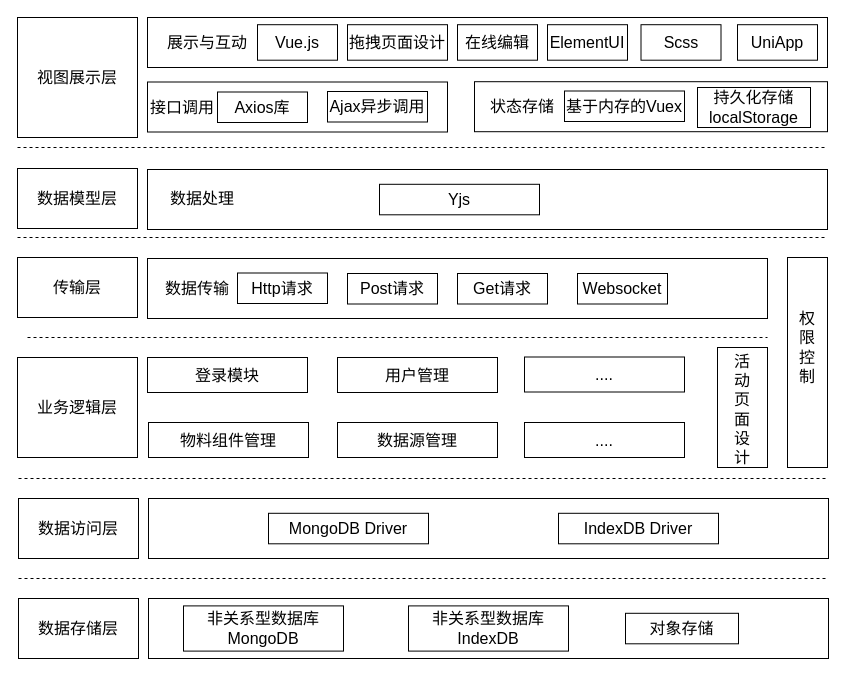
Before: 第四章/系统架构设计.drawio in yuxinyu12345/diagrams, a draw.io diagram. Source tidied: cells renumbered, new cells numbered last; positions are measured from the earlier drawing's top-left corner, leaving out a move shared by most shapes. Both pictures are drawn from the tidied source at 100%, with x=0, y=0 at pixel (17, 17).
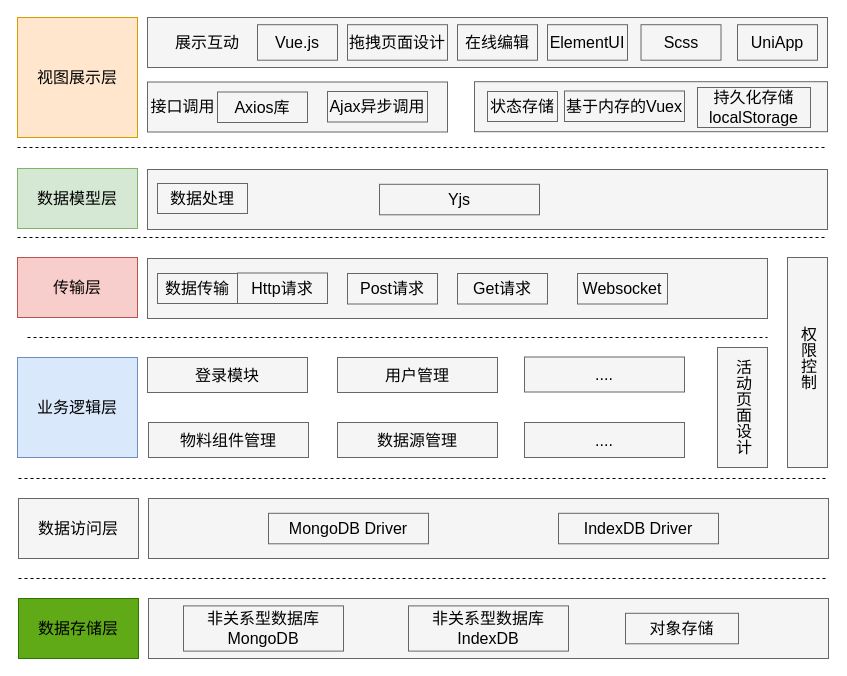
After the change.

Commit message:
更新系统架构设计.drawio

The edit, as a diff of the source:
```diff
@@
-    <mxCell id="2" value="视图展示层" style="rounded=0;whiteSpace=wrap;html=1;fontSize=16;" parent="1" vertex="1">
+    <mxCell id="2" value="视图展示层" style="rounded=0;whiteSpace=wrap;html=1;fontSize=16;fillColor=#ffe6cc;strokeColor=#d79b00;fontColor=default;" parent="1" vertex="1">
       <mxGeometry width="120" height="120" as="geometry" />
     </mxCell>
-    <mxCell id="3" value="&lt;p style=&quot;margin: 0pt 0pt 0.0001pt; text-align: justify; font-family: &amp;quot;Times New Roman&amp;quot;; font-size: 16px;&quot; class=&quot;MsoNormal&quot;&gt;传输层&lt;/p&gt;" style="rounded=0;whiteSpace=wrap;html=1;fontSize=16;" parent="1" vertex="1">
+    <mxCell id="3" value="&lt;p class=&quot;MsoNormal&quot; style=&quot;margin: 0pt 0pt 0.0001pt; text-align: justify; font-family: &amp;quot;Times New Roman&amp;quot;; font-size: 16px;&quot;&gt;传输层&lt;/p&gt;" style="rounded=0;whiteSpace=wrap;html=1;fontSize=16;fillColor=#f8cecc;strokeColor=#b85450;fontColor=default;" parent="1" vertex="1">
       <mxGeometry y="240" width="120" height="60" as="geometry" />
     </mxCell>
-    <mxCell id="4" value="&lt;p style=&quot;margin: 0pt 0pt 0.0001pt; text-align: justify; font-family: &amp;quot;Times New Roman&amp;quot;; font-size: 16px;&quot; class=&quot;MsoNormal&quot;&gt;业务逻辑层&lt;/p&gt;" style="rounded=0;whiteSpace=wrap;html=1;fontSize=16;" parent="1" vertex="1">
+    <mxCell id="4" value="&lt;p class=&quot;MsoNormal&quot; style=&quot;margin: 0pt 0pt 0.0001pt; text-align: justify; font-family: &amp;quot;Times New Roman&amp;quot;; font-size: 16px;&quot;&gt;业务逻辑层&lt;/p&gt;" style="rounded=0;whiteSpace=wrap;html=1;fontSize=16;fillColor=#dae8fc;strokeColor=#6c8ebf;fontColor=default;" parent="1" vertex="1">
       <mxGeometry y="340" width="120" height="100" as="geometry" />
     </mxCell>
-    <mxCell id="5" value="&lt;p style=&quot;margin: 0pt 0pt 0.0001pt; text-align: justify; font-family: &amp;quot;Times New Roman&amp;quot;; font-size: 16px;&quot; class=&quot;MsoNormal&quot;&gt;数据访问层&lt;/p&gt;" style="rounded=0;whiteSpace=wrap;html=1;fontSize=16;" parent="1" vertex="1">
+    <mxCell id="5" value="&lt;p class=&quot;MsoNormal&quot; style=&quot;margin: 0pt 0pt 0.0001pt; text-align: justify; font-family: &amp;quot;Times New Roman&amp;quot;; font-size: 16px;&quot;&gt;数据访问层&lt;/p&gt;" style="rounded=0;whiteSpace=wrap;html=1;fontSize=16;fillColor=#f5f5f5;fontColor=default;strokeColor=#666666;" parent="1" vertex="1">
       <mxGeometry x="1" y="481" width="120" height="60" as="geometry" />
     </mxCell>
-    <mxCell id="6" value="&lt;p style=&quot;margin: 0pt 0pt 0.0001pt; text-align: justify; font-family: &amp;quot;Times New Roman&amp;quot;; font-size: 16px;&quot; class=&quot;MsoNormal&quot;&gt;数据存储层&lt;/p&gt;" style="rounded=0;whiteSpace=wrap;html=1;fontSize=16;" parent="1" vertex="1">
+    <mxCell id="6" value="&lt;p class=&quot;MsoNormal&quot; style=&quot;margin: 0pt 0pt 0.0001pt; text-align: justify; font-family: &amp;quot;Times New Roman&amp;quot;; font-size: 16px;&quot;&gt;数据存储层&lt;/p&gt;" style="rounded=0;whiteSpace=wrap;html=1;fontSize=16;fillColor=#60a917;fontColor=default;strokeColor=#2D7600;" parent="1" vertex="1">
       <mxGeometry x="1" y="581" width="120" height="60" as="geometry" />
     </mxCell>
-    <mxCell id="7" value="&lt;p style=&quot;margin: 0pt 0pt 0.0001pt; text-align: justify; font-family: &amp;quot;Times New Roman&amp;quot;; font-size: 16px;&quot; class=&quot;MsoNormal&quot;&gt;数据模型层&lt;/p&gt;" style="rounded=0;whiteSpace=wrap;html=1;fontSize=16;" parent="1" vertex="1">
+    <mxCell id="7" value="&lt;p class=&quot;MsoNormal&quot; style=&quot;margin: 0pt 0pt 0.0001pt; text-align: justify; font-family: &amp;quot;Times New Roman&amp;quot;; font-size: 16px;&quot;&gt;数据模型层&lt;/p&gt;" style="rounded=0;whiteSpace=wrap;html=1;fontSize=16;fillColor=#d5e8d4;strokeColor=#82b366;fontColor=default;" parent="1" vertex="1">
       <mxGeometry y="151" width="120" height="60" as="geometry" />
     </mxCell>
-    <mxCell id="8" style="rounded=0;whiteSpace=wrap;html=1;fontSize=16;" parent="1" vertex="1">
+    <mxCell id="8" style="rounded=0;whiteSpace=wrap;html=1;fontSize=16;fillColor=#f5f5f5;fontColor=default;strokeColor=#666666;" parent="1" vertex="1">
       <mxGeometry x="130" y="64.5" width="300" height="50" as="geometry" />
     </mxCell>
-    <mxCell id="9" value="接口调用" style="text;html=1;strokeColor=none;fillColor=none;align=center;verticalAlign=middle;whiteSpace=wrap;rounded=0;fontSize=16;" parent="1" vertex="1">
-      <mxGeometry x="130" y="74.5" width="70" height="30" as="geometry" />
-    </mxCell>
-    <mxCell id="10" value="Axios库" style="rounded=0;whiteSpace=wrap;html=1;fontSize=16;" parent="1" vertex="1">
+    <mxCell id="10" value="Axios库" style="rounded=0;whiteSpace=wrap;html=1;fontSize=16;fillColor=#f5f5f5;fontColor=default;strokeColor=#666666;" parent="1" vertex="1">
       <mxGeometry x="200" y="74.5" width="90" height="30.5" as="geometry" />
     </mxCell>
-    <mxCell id="11" value="Ajax异步调用" style="rounded=0;whiteSpace=wrap;html=1;fontSize=16;" parent="1" vertex="1">
+    <mxCell id="11" value="Ajax异步调用" style="rounded=0;whiteSpace=wrap;html=1;fontSize=16;fillColor=#f5f5f5;fontColor=default;strokeColor=#666666;" parent="1" vertex="1">
       <mxGeometry x="310" y="74" width="100" height="30.5" as="geometry" />
     </mxCell>
-    <mxCell id="12" style="rounded=0;whiteSpace=wrap;html=1;fontSize=16;" parent="1" vertex="1">
+    <mxCell id="12" style="rounded=0;whiteSpace=wrap;html=1;fontSize=16;fillColor=#f5f5f5;fontColor=default;strokeColor=#666666;" parent="1" vertex="1">
       <mxGeometry x="457" y="64.2" width="353" height="50" as="geometry" />
     </mxCell>
-    <mxCell id="13" value="状态存储" style="text;html=1;strokeColor=none;fillColor=none;align=center;verticalAlign=middle;whiteSpace=wrap;rounded=0;fontSize=16;" parent="1" vertex="1">
+    <mxCell id="13" value="状态存储" style="text;html=1;strokeColor=#666666;fillColor=#f5f5f5;align=center;verticalAlign=middle;whiteSpace=wrap;rounded=0;fontSize=16;fontColor=default;" parent="1" vertex="1">
       <mxGeometry x="470" y="74" width="70" height="30" as="geometry" />
     </mxCell>
-    <mxCell id="14" value="基于内存的Vuex" style="rounded=0;whiteSpace=wrap;html=1;fontSize=16;" parent="1" vertex="1">
+    <mxCell id="14" value="基于内存的Vuex" style="rounded=0;whiteSpace=wrap;html=1;fontSize=16;fillColor=#f5f5f5;fontColor=default;strokeColor=#666666;" parent="1" vertex="1">
       <mxGeometry x="547" y="73.5" width="120" height="30.5" as="geometry" />
     </mxCell>
-    <mxCell id="15" value="持久化存储localStorage" style="rounded=0;whiteSpace=wrap;html=1;fontSize=16;" parent="1" vertex="1">
+    <mxCell id="15" value="持久化存储localStorage" style="rounded=0;whiteSpace=wrap;html=1;fontSize=16;fillColor=#f5f5f5;fontColor=default;strokeColor=#666666;" parent="1" vertex="1">
       <mxGeometry x="680" y="70" width="113" height="40" as="geometry" />
     </mxCell>
-    <mxCell id="16" style="rounded=0;whiteSpace=wrap;html=1;fontSize=16;" parent="1" vertex="1">
+    <mxCell id="16" style="rounded=0;whiteSpace=wrap;html=1;fontSize=16;fillColor=#f5f5f5;fontColor=default;strokeColor=#666666;" parent="1" vertex="1">
       <mxGeometry x="130" y="152" width="680" height="60" as="geometry" />
     </mxCell>
-    <mxCell id="17" value="数据处理" style="text;html=1;strokeColor=none;fillColor=none;align=center;verticalAlign=middle;whiteSpace=wrap;rounded=0;fontSize=16;" parent="1" vertex="1">
+    <mxCell id="17" value="数据处理" style="text;html=1;strokeColor=#666666;fillColor=#f5f5f5;align=center;verticalAlign=middle;whiteSpace=wrap;rounded=0;fontSize=16;fontColor=default;" parent="1" vertex="1">
       <mxGeometry x="140" y="166" width="90" height="30" as="geometry" />
     </mxCell>
-    <mxCell id="18" value="Yjs" style="rounded=0;whiteSpace=wrap;html=1;fontSize=16;" parent="1" vertex="1">
+    <mxCell id="18" value="Yjs" style="rounded=0;whiteSpace=wrap;html=1;fontSize=16;fillColor=#f5f5f5;fontColor=default;strokeColor=#666666;" parent="1" vertex="1">
       <mxGeometry x="362" y="166.8" width="160" height="30.5" as="geometry" />
     </mxCell>
-    <mxCell id="19" style="rounded=0;whiteSpace=wrap;html=1;fontSize=16;" parent="1" vertex="1">
+    <mxCell id="19" style="rounded=0;whiteSpace=wrap;html=1;fontSize=16;fillColor=#f5f5f5;fontColor=default;strokeColor=#666666;" parent="1" vertex="1">
       <mxGeometry x="130" y="241" width="620" height="60" as="geometry" />
     </mxCell>
-    <mxCell id="20" value="数据传输" style="text;html=1;strokeColor=none;fillColor=none;align=center;verticalAlign=middle;whiteSpace=wrap;rounded=0;fontSize=16;" parent="1" vertex="1">
+    <mxCell id="20" value="数据传输" style="text;html=1;strokeColor=#666666;fillColor=#f5f5f5;align=center;verticalAlign=middle;whiteSpace=wrap;rounded=0;fontSize=16;fontColor=default;" parent="1" vertex="1">
       <mxGeometry x="140" y="256" width="80" height="30" as="geometry" />
     </mxCell>
-    <mxCell id="21" value="Http请求" style="rounded=0;whiteSpace=wrap;html=1;fontSize=16;" parent="1" vertex="1">
+    <mxCell id="21" value="Http请求" style="rounded=0;whiteSpace=wrap;html=1;fontSize=16;fillColor=#f5f5f5;fontColor=default;strokeColor=#666666;" parent="1" vertex="1">
       <mxGeometry x="220" y="255.5" width="90" height="30.5" as="geometry" />
     </mxCell>
-    <mxCell id="22" value="Post请求" style="rounded=0;whiteSpace=wrap;html=1;fontSize=16;" parent="1" vertex="1">
+    <mxCell id="22" value="Post请求" style="rounded=0;whiteSpace=wrap;html=1;fontSize=16;fillColor=#f5f5f5;fontColor=default;strokeColor=#666666;" parent="1" vertex="1">
       <mxGeometry x="330" y="256" width="90" height="30.5" as="geometry" />
     </mxCell>
-    <mxCell id="23" value="Get请求" style="rounded=0;whiteSpace=wrap;html=1;fontSize=16;" parent="1" vertex="1">
+    <mxCell id="23" value="Get请求" style="rounded=0;whiteSpace=wrap;html=1;fontSize=16;fillColor=#f5f5f5;fontColor=default;strokeColor=#666666;" parent="1" vertex="1">
       <mxGeometry x="440" y="256" width="90" height="30.5" as="geometry" />
     </mxCell>
-    <mxCell id="24" value="Websocket" style="rounded=0;whiteSpace=wrap;html=1;fontSize=16;" parent="1" vertex="1">
+    <mxCell id="24" value="Websocket" style="rounded=0;whiteSpace=wrap;html=1;fontSize=16;fillColor=#f5f5f5;fontColor=default;strokeColor=#666666;" parent="1" vertex="1">
       <mxGeometry x="560" y="256" width="90" height="30.5" as="geometry" />
     </mxCell>
-    <mxCell id="25" value="登录模块" style="rounded=0;whiteSpace=wrap;html=1;fontSize=16;" parent="1" vertex="1">
+    <mxCell id="25" value="登录模块" style="rounded=0;whiteSpace=wrap;html=1;fontSize=16;fillColor=#f5f5f5;fontColor=default;strokeColor=#666666;" parent="1" vertex="1">
       <mxGeometry x="130" y="340" width="160" height="35" as="geometry" />
     </mxCell>
-    <mxCell id="26" value="物料组件管理" style="rounded=0;whiteSpace=wrap;html=1;fontSize=16;" parent="1" vertex="1">
+    <mxCell id="26" value="物料组件管理" style="rounded=0;whiteSpace=wrap;html=1;fontSize=16;fillColor=#f5f5f5;fontColor=default;strokeColor=#666666;" parent="1" vertex="1">
       <mxGeometry x="131" y="405" width="160" height="35" as="geometry" />
     </mxCell>
-    <mxCell id="27" value="用户管理" style="rounded=0;whiteSpace=wrap;html=1;fontSize=16;" parent="1" vertex="1">
+    <mxCell id="27" value="用户管理" style="rounded=0;whiteSpace=wrap;html=1;fontSize=16;fillColor=#f5f5f5;fontColor=default;strokeColor=#666666;" parent="1" vertex="1">
       <mxGeometry x="320" y="340" width="160" height="35" as="geometry" />
     </mxCell>
-    <mxCell id="28" value="数据源管理" style="rounded=0;whiteSpace=wrap;html=1;fontSize=16;" parent="1" vertex="1">
+    <mxCell id="28" value="数据源管理" style="rounded=0;whiteSpace=wrap;html=1;fontSize=16;fillColor=#f5f5f5;fontColor=default;strokeColor=#666666;" parent="1" vertex="1">
       <mxGeometry x="320" y="405" width="160" height="35" as="geometry" />
     </mxCell>
-    <mxCell id="29" value="...." style="rounded=0;whiteSpace=wrap;html=1;fontSize=16;" parent="1" vertex="1">
+    <mxCell id="29" value="...." style="rounded=0;whiteSpace=wrap;html=1;fontSize=16;fillColor=#f5f5f5;fontColor=default;strokeColor=#666666;" parent="1" vertex="1">
       <mxGeometry x="507" y="339.5" width="160" height="35" as="geometry" />
     </mxCell>
-    <mxCell id="30" value="...." style="rounded=0;whiteSpace=wrap;html=1;fontSize=16;" parent="1" vertex="1">
+    <mxCell id="30" value="...." style="rounded=0;whiteSpace=wrap;html=1;fontSize=16;fillColor=#f5f5f5;fontColor=default;strokeColor=#666666;" parent="1" vertex="1">
       <mxGeometry x="507" y="405" width="160" height="35" as="geometry" />
     </mxCell>
-    <mxCell id="31" style="rounded=0;whiteSpace=wrap;html=1;fontSize=16;" parent="1" vertex="1">
+    <mxCell id="31" style="rounded=0;whiteSpace=wrap;html=1;fontSize=16;fillColor=#f5f5f5;fontColor=default;strokeColor=#666666;" parent="1" vertex="1">
       <mxGeometry x="700" y="330" width="50" height="120" as="geometry" />
     </mxCell>
-    <mxCell id="32" value="活动页面设计" style="text;html=1;strokeColor=none;fillColor=none;align=center;verticalAlign=middle;whiteSpace=wrap;rounded=0;fontSize=16;" parent="1" vertex="1">
-      <mxGeometry x="720" y="374.5" width="10" height="35" as="geometry" />
-    </mxCell>
-    <mxCell id="33" style="rounded=0;whiteSpace=wrap;html=1;fontSize=16;" parent="1" vertex="1">
+    <mxCell id="33" style="rounded=0;whiteSpace=wrap;html=1;fontSize=16;fillColor=#f5f5f5;fontColor=default;strokeColor=#666666;" parent="1" vertex="1">
       <mxGeometry x="770" y="240" width="40" height="210" as="geometry" />
     </mxCell>
-    <mxCell id="34" value="权限控制" style="text;html=1;strokeColor=none;fillColor=none;align=center;verticalAlign=middle;whiteSpace=wrap;rounded=0;fontSize=16;" parent="1" vertex="1">
-      <mxGeometry x="785" y="312.5" width="10" height="35" as="geometry" />
-    </mxCell>
-    <mxCell id="35" style="rounded=0;whiteSpace=wrap;html=1;fontSize=16;" parent="1" vertex="1">
+    <mxCell id="35" style="rounded=0;whiteSpace=wrap;html=1;fontSize=16;fillColor=#f5f5f5;fontColor=default;strokeColor=#666666;" parent="1" vertex="1">
       <mxGeometry x="131" y="481" width="680" height="60" as="geometry" />
     </mxCell>
-    <mxCell id="36" value="MongoDB Driver" style="rounded=0;whiteSpace=wrap;html=1;fontSize=16;" parent="1" vertex="1">
+    <mxCell id="36" value="MongoDB Driver" style="rounded=0;whiteSpace=wrap;html=1;fontSize=16;fillColor=#f5f5f5;fontColor=default;strokeColor=#666666;" parent="1" vertex="1">
       <mxGeometry x="251" y="495.8" width="160" height="30.5" as="geometry" />
     </mxCell>
-    <mxCell id="37" value="IndexDB Driver" style="rounded=0;whiteSpace=wrap;html=1;fontSize=16;" parent="1" vertex="1">
+    <mxCell id="37" value="IndexDB Driver" style="rounded=0;whiteSpace=wrap;html=1;fontSize=16;fillColor=#f5f5f5;fontColor=default;strokeColor=#666666;" parent="1" vertex="1">
       <mxGeometry x="541" y="495.8" width="160" height="30.5" as="geometry" />
     </mxCell>
-    <mxCell id="38" style="rounded=0;whiteSpace=wrap;html=1;fontSize=16;" parent="1" vertex="1">
+    <mxCell id="38" style="rounded=0;whiteSpace=wrap;html=1;fontSize=16;fillColor=#f5f5f5;fontColor=default;strokeColor=#666666;" parent="1" vertex="1">
       <mxGeometry x="131" y="581" width="680" height="60" as="geometry" />
     </mxCell>
-    <mxCell id="39" value="非关系型数据库MongoDB" style="rounded=0;whiteSpace=wrap;html=1;fontSize=16;" parent="1" vertex="1">
+    <mxCell id="39" value="非关系型数据库MongoDB" style="rounded=0;whiteSpace=wrap;html=1;fontSize=16;fillColor=#f5f5f5;fontColor=default;strokeColor=#666666;" parent="1" vertex="1">
       <mxGeometry x="166" y="588.4" width="160" height="45.2" as="geometry" />
     </mxCell>
-    <mxCell id="40" value="非关系型数据库IndexDB" style="rounded=0;whiteSpace=wrap;html=1;fontSize=16;" parent="1" vertex="1">
+    <mxCell id="40" value="非关系型数据库IndexDB" style="rounded=0;whiteSpace=wrap;html=1;fontSize=16;fillColor=#f5f5f5;fontColor=default;strokeColor=#666666;" parent="1" vertex="1">
       <mxGeometry x="391" y="588.4" width="160" height="45.2" as="geometry" />
     </mxCell>
-    <mxCell id="41" value="对象存储" style="rounded=0;whiteSpace=wrap;html=1;fontSize=16;" parent="1" vertex="1">
+    <mxCell id="41" value="对象存储" style="rounded=0;whiteSpace=wrap;html=1;fontSize=16;fillColor=#f5f5f5;fontColor=default;strokeColor=#666666;" parent="1" vertex="1">
       <mxGeometry x="608" y="595.8" width="113" height="30.5" as="geometry" />
     </mxCell>
-    <mxCell id="42" style="endArrow=none;dashed=1;html=1;rounded=0;fontSize=16;" parent="1" edge="1">
+    <mxCell id="42" style="endArrow=none;dashed=1;html=1;rounded=0;fontSize=16;fontColor=default;" parent="1" edge="1">
       <mxGeometry relative="1" as="geometry">
         <mxPoint y="130" as="sourcePoint" />
         <mxPoint x="810" y="130" as="targetPoint" />
       </mxGeometry>
     </mxCell>
-    <mxCell id="43" style="endArrow=none;dashed=1;html=1;rounded=0;fontSize=16;" parent="1" edge="1">
+    <mxCell id="43" style="endArrow=none;dashed=1;html=1;rounded=0;fontSize=16;fontColor=default;" parent="1" edge="1">
       <mxGeometry relative="1" as="geometry">
         <mxPoint y="220" as="sourcePoint" />
         <mxPoint x="810" y="220" as="targetPoint" />
       </mxGeometry>
     </mxCell>
-    <mxCell id="44" style="endArrow=none;dashed=1;html=1;rounded=0;fontSize=16;" parent="1" edge="1">
+    <mxCell id="44" style="endArrow=none;dashed=1;html=1;rounded=0;fontSize=16;fontColor=default;" parent="1" edge="1">
       <mxGeometry relative="1" as="geometry">
         <mxPoint x="10" y="320" as="sourcePoint" />
         <mxPoint x="750" y="320" as="targetPoint" />
       </mxGeometry>
     </mxCell>
-    <mxCell id="45" style="endArrow=none;dashed=1;html=1;rounded=0;fontSize=16;" parent="1" edge="1">
+    <mxCell id="45" style="endArrow=none;dashed=1;html=1;rounded=0;fontSize=16;fontColor=default;" parent="1" edge="1">
       <mxGeometry relative="1" as="geometry">
         <mxPoint x="1" y="561" as="sourcePoint" />
         <mxPoint x="811" y="561" as="targetPoint" />
       </mxGeometry>
     </mxCell>
-    <mxCell id="46" style="endArrow=none;dashed=1;html=1;rounded=0;fontSize=16;" parent="1" edge="1">
+    <mxCell id="46" style="endArrow=none;dashed=1;html=1;rounded=0;fontSize=16;fontColor=default;" parent="1" edge="1">
       <mxGeometry relative="1" as="geometry">
         <mxPoint x="1" y="461" as="sourcePoint" />
         <mxPoint x="811" y="461" as="targetPoint" />
       </mxGeometry>
     </mxCell>
-    <mxCell id="47" style="rounded=0;whiteSpace=wrap;html=1;" parent="1" vertex="1">
+    <mxCell id="47" style="rounded=0;whiteSpace=wrap;html=1;fillColor=#f5f5f5;fontColor=default;strokeColor=#666666;" parent="1" vertex="1">
       <mxGeometry x="130" width="680" height="50" as="geometry" />
     </mxCell>
-    <mxCell id="48" value="&lt;font style=&quot;font-size: 16px;&quot;&gt;展示与互动&lt;/font&gt;" style="text;html=1;align=center;verticalAlign=middle;whiteSpace=wrap;rounded=0;" parent="1" vertex="1">
-      <mxGeometry x="140" y="10" width="100" height="30" as="geometry" />
-    </mxCell>
-    <mxCell id="49" value="Vue.js" style="rounded=0;whiteSpace=wrap;html=1;fontSize=16;" parent="1" vertex="1">
+    <mxCell id="49" value="Vue.js" style="rounded=0;whiteSpace=wrap;html=1;fontSize=16;fillColor=#f5f5f5;fontColor=default;strokeColor=#666666;" parent="1" vertex="1">
       <mxGeometry x="240" y="7.2" width="80" height="35.5" as="geometry" />
     </mxCell>
-    <mxCell id="50" value="拖拽页面设计" style="rounded=0;whiteSpace=wrap;html=1;fontSize=16;" parent="1" vertex="1">
+    <mxCell id="50" value="拖拽页面设计" style="rounded=0;whiteSpace=wrap;html=1;fontSize=16;fillColor=#f5f5f5;fontColor=default;strokeColor=#666666;" parent="1" vertex="1">
       <mxGeometry x="330" y="7.2" width="100" height="35.5" as="geometry" />
     </mxCell>
-    <mxCell id="51" value="在线编辑" style="rounded=0;whiteSpace=wrap;html=1;fontSize=16;" parent="1" vertex="1">
+    <mxCell id="51" value="在线编辑" style="rounded=0;whiteSpace=wrap;html=1;fontSize=16;fillColor=#f5f5f5;fontColor=default;strokeColor=#666666;" parent="1" vertex="1">
       <mxGeometry x="440" y="7.2" width="80" height="35.5" as="geometry" />
     </mxCell>
-    <mxCell id="52" value="ElementUI" style="rounded=0;whiteSpace=wrap;html=1;fontSize=16;" parent="1" vertex="1">
+    <mxCell id="52" value="ElementUI" style="rounded=0;whiteSpace=wrap;html=1;fontSize=16;fillColor=#f5f5f5;fontColor=default;strokeColor=#666666;" parent="1" vertex="1">
       <mxGeometry x="530" y="7.2" width="80" height="35.5" as="geometry" />
     </mxCell>
-    <mxCell id="53" value="Scss" style="rounded=0;whiteSpace=wrap;html=1;fontSize=16;" parent="1" vertex="1">
+    <mxCell id="53" value="Scss" style="rounded=0;whiteSpace=wrap;html=1;fontSize=16;fillColor=#f5f5f5;fontColor=default;strokeColor=#666666;" parent="1" vertex="1">
       <mxGeometry x="623.5" y="7.2" width="80" height="35.5" as="geometry" />
     </mxCell>
-    <mxCell id="54" value="UniApp" style="rounded=0;whiteSpace=wrap;html=1;fontSize=16;" parent="1" vertex="1">
+    <mxCell id="54" value="UniApp" style="rounded=0;whiteSpace=wrap;html=1;fontSize=16;fillColor=#f5f5f5;fontColor=default;strokeColor=#666666;" parent="1" vertex="1">
       <mxGeometry x="720" y="7.2" width="80" height="35.5" as="geometry" />
     </mxCell>
+    <mxCell id="34" value="&lt;font style=&quot;font-size: 16px;&quot;&gt;权限控制&lt;/font&gt;" style="text;html=1;align=center;verticalAlign=middle;whiteSpace=wrap;rounded=0;textDirection=vertical-lr;fontColor=default;" parent="1" vertex="1">
+      <mxGeometry x="770" y="301" width="40" height="80" as="geometry" />
+    </mxCell>
+    <mxCell id="32" value="&lt;span style=&quot;font-size: 16px;&quot;&gt;活动页面设计&lt;/span&gt;" style="text;html=1;align=center;verticalAlign=middle;whiteSpace=wrap;rounded=0;textDirection=vertical-lr;fontColor=default;" parent="1" vertex="1">
+      <mxGeometry x="705" y="340" width="40" height="100" as="geometry" />
+    </mxCell>
+    <mxCell id="9" value="&lt;font style=&quot;font-size: 16px;&quot;&gt;接口调用&lt;/font&gt;" style="text;html=1;align=center;verticalAlign=middle;whiteSpace=wrap;rounded=0;fontColor=default;" parent="1" vertex="1">
+      <mxGeometry x="131" y="73.5" width="69" height="30" as="geometry" />
+    </mxCell>
+    <mxCell id="55" value="展示互动" style="text;html=1;align=center;verticalAlign=middle;whiteSpace=wrap;rounded=0;fontSize=16;fontColor=default;" parent="1" vertex="1">
+      <mxGeometry x="150" y="10" width="80" height="30" as="geometry" />
+    </mxCell>
```
